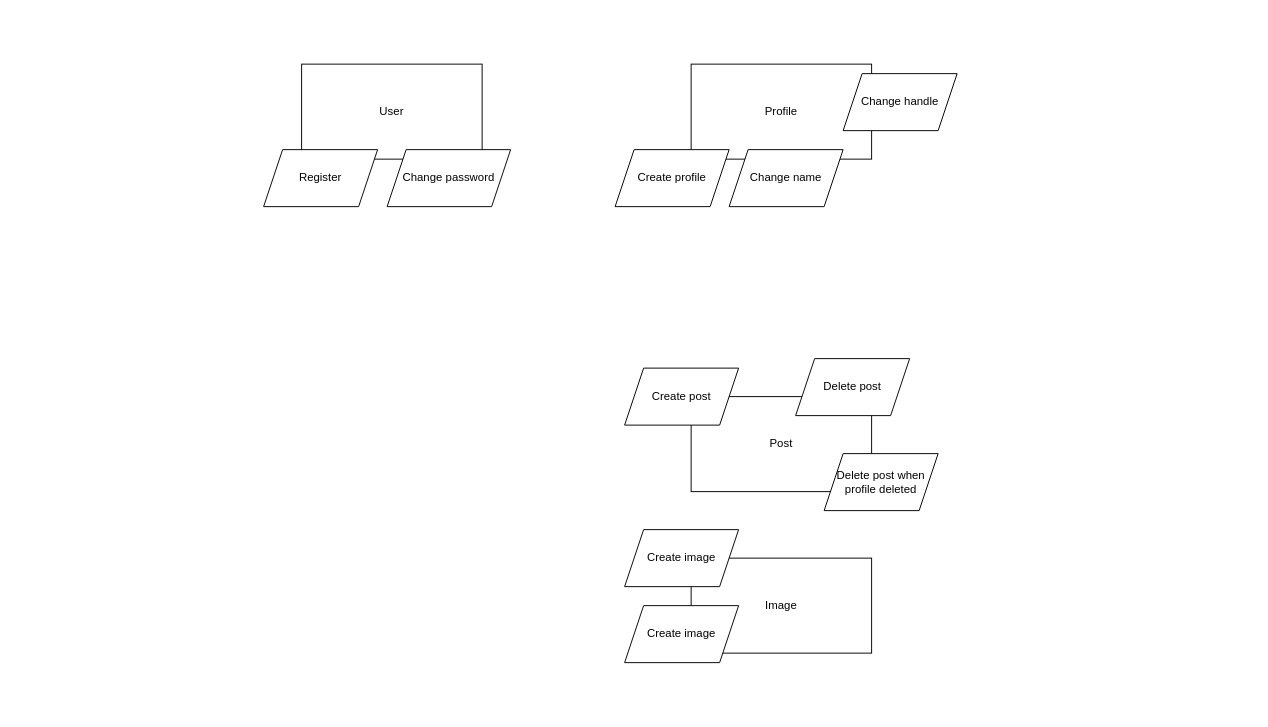
This is docs/Domain Model.drawio from domhall/instaclone, a draw.io file, before an edit. Source tidied: cells renumbered, new cells numbered last; positions are measured from the earlier drawing's top-left corner, leaving out a move shared by most shapes. Both pictures are drawn from the tidied source at 95%, with x=0, y=0 at pixel (263, 64).
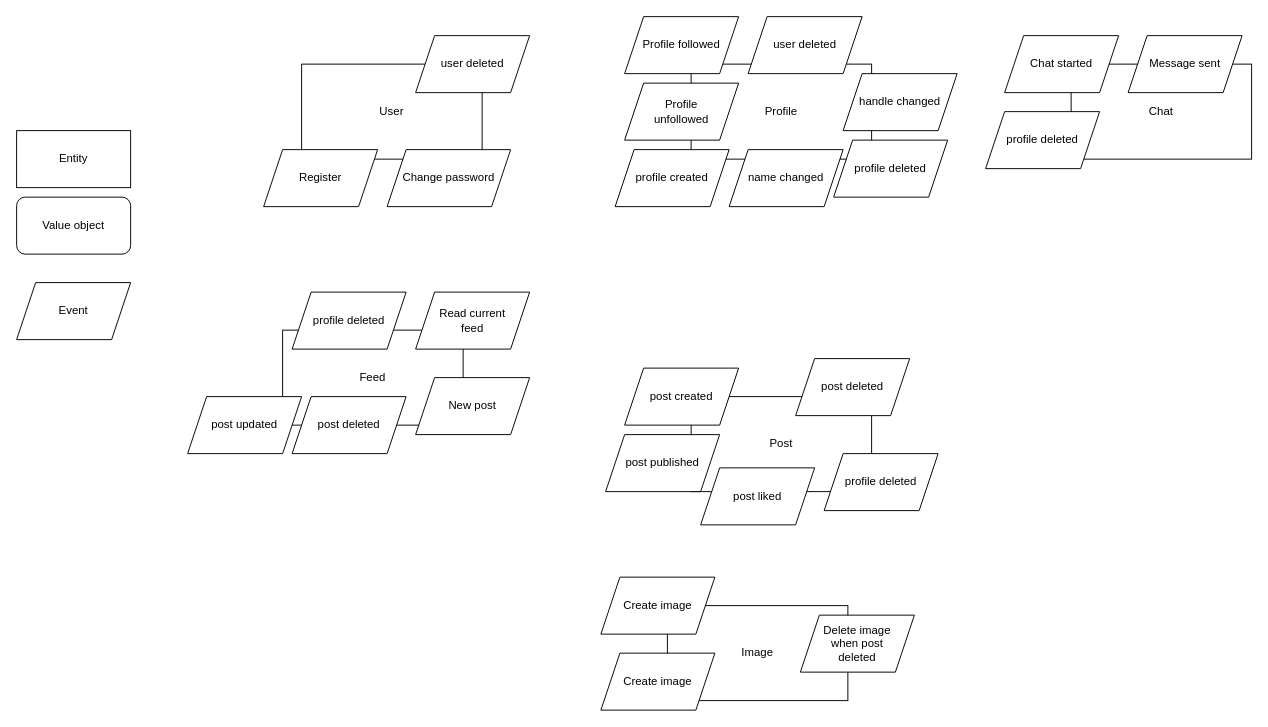
The same diagram, later.

What changed in the source:
```diff
@@
-    <mxCell id="6" value="Create profile" style="shape=parallelogram;perimeter=parallelogramPerimeter;whiteSpace=wrap;html=1;fixedSize=1;" parent="1" vertex="1">
+    <mxCell id="6" value="profile created" style="shape=parallelogram;perimeter=parallelogramPerimeter;whiteSpace=wrap;html=1;fixedSize=1;" parent="1" vertex="1">
       <mxGeometry x="370" y="90" width="120" height="60" as="geometry" />
     </mxCell>
-    <mxCell id="7" value="Change name" style="shape=parallelogram;perimeter=parallelogramPerimeter;whiteSpace=wrap;html=1;fixedSize=1;" parent="1" vertex="1">
+    <mxCell id="7" value="name changed" style="shape=parallelogram;perimeter=parallelogramPerimeter;whiteSpace=wrap;html=1;fixedSize=1;" parent="1" vertex="1">
       <mxGeometry x="490" y="90" width="120" height="60" as="geometry" />
     </mxCell>
-    <mxCell id="8" value="Change handle" style="shape=parallelogram;perimeter=parallelogramPerimeter;whiteSpace=wrap;html=1;fixedSize=1;" parent="1" vertex="1">
+    <mxCell id="8" value="handle changed" style="shape=parallelogram;perimeter=parallelogramPerimeter;whiteSpace=wrap;html=1;fixedSize=1;" parent="1" vertex="1">
       <mxGeometry x="610" y="10" width="120" height="60" as="geometry" />
     </mxCell>
@@
-    <mxCell id="10" value="Create post" style="shape=parallelogram;perimeter=parallelogramPerimeter;whiteSpace=wrap;html=1;fixedSize=1;" parent="1" vertex="1">
+    <mxCell id="10" value="post created" style="shape=parallelogram;perimeter=parallelogramPerimeter;whiteSpace=wrap;html=1;fixedSize=1;" parent="1" vertex="1">
       <mxGeometry x="380" y="320" width="120" height="60" as="geometry" />
     </mxCell>
     <mxCell id="11" value="Image" style="rounded=0;whiteSpace=wrap;html=1;" parent="1" vertex="1">
-      <mxGeometry x="450" y="520" width="190" height="100" as="geometry" />
+      <mxGeometry x="425" y="570" width="190" height="100" as="geometry" />
     </mxCell>
     <mxCell id="12" value="Create image" style="shape=parallelogram;perimeter=parallelogramPerimeter;whiteSpace=wrap;html=1;fixedSize=1;" parent="1" vertex="1">
-      <mxGeometry x="380" y="490" width="120" height="60" as="geometry" />
+      <mxGeometry x="355" y="540" width="120" height="60" as="geometry" />
     </mxCell>
-    <mxCell id="13" value="Delete post" style="shape=parallelogram;perimeter=parallelogramPerimeter;whiteSpace=wrap;html=1;fixedSize=1;" parent="1" vertex="1">
+    <mxCell id="13" value="post deleted" style="shape=parallelogram;perimeter=parallelogramPerimeter;whiteSpace=wrap;html=1;fixedSize=1;" parent="1" vertex="1">
       <mxGeometry x="560" y="310" width="120" height="60" as="geometry" />
     </mxCell>
-    <mxCell id="14" value="Delete post when profile deleted" style="shape=parallelogram;perimeter=parallelogramPerimeter;whiteSpace=wrap;html=1;fixedSize=1;" parent="1" vertex="1">
+    <mxCell id="14" value="profile deleted" style="shape=parallelogram;perimeter=parallelogramPerimeter;whiteSpace=wrap;html=1;fixedSize=1;" parent="1" vertex="1">
       <mxGeometry x="590" y="410" width="120" height="60" as="geometry" />
     </mxCell>
     <mxCell id="15" value="Create image" style="shape=parallelogram;perimeter=parallelogramPerimeter;whiteSpace=wrap;html=1;fixedSize=1;" parent="1" vertex="1">
-      <mxGeometry x="380" y="570" width="120" height="60" as="geometry" />
+      <mxGeometry x="355" y="620" width="120" height="60" as="geometry" />
     </mxCell>
+    <mxCell id="16" value="Delete image&lt;br&gt;when post&lt;br&gt;deleted" style="shape=parallelogram;perimeter=parallelogramPerimeter;whiteSpace=wrap;html=1;fixedSize=1;" parent="1" vertex="1">
+      <mxGeometry x="565" y="580" width="120" height="60" as="geometry" />
+    </mxCell>
+    <mxCell id="17" value="Feed" style="rounded=0;whiteSpace=wrap;html=1;" parent="1" vertex="1">
+      <mxGeometry x="20" y="280" width="190" height="100" as="geometry" />
+    </mxCell>
+    <mxCell id="18" value="Read current&lt;br&gt;feed" style="shape=parallelogram;perimeter=parallelogramPerimeter;whiteSpace=wrap;html=1;fixedSize=1;" parent="1" vertex="1">
+      <mxGeometry x="160" y="240" width="120" height="60" as="geometry" />
+    </mxCell>
+    <mxCell id="19" value="New post" style="shape=parallelogram;perimeter=parallelogramPerimeter;whiteSpace=wrap;html=1;fixedSize=1;" parent="1" vertex="1">
+      <mxGeometry x="160" y="330" width="120" height="60" as="geometry" />
+    </mxCell>
+    <mxCell id="20" value="Profile followed" style="shape=parallelogram;perimeter=parallelogramPerimeter;whiteSpace=wrap;html=1;fixedSize=1;" parent="1" vertex="1">
+      <mxGeometry x="380" y="-50" width="120" height="60" as="geometry" />
+    </mxCell>
+    <mxCell id="21" value="Entity" style="rounded=0;whiteSpace=wrap;html=1;" parent="1" vertex="1">
+      <mxGeometry x="-260" y="70" width="120" height="60" as="geometry" />
+    </mxCell>
+    <mxCell id="22" value="Value object" style="rounded=1;whiteSpace=wrap;html=1;" parent="1" vertex="1">
+      <mxGeometry x="-260" y="140" width="120" height="60" as="geometry" />
+    </mxCell>
+    <mxCell id="23" value="Event" style="shape=parallelogram;perimeter=parallelogramPerimeter;whiteSpace=wrap;html=1;fixedSize=1;" parent="1" vertex="1">
+      <mxGeometry x="-260" y="230" width="120" height="60" as="geometry" />
+    </mxCell>
+    <mxCell id="24" value="Chat" style="rounded=0;whiteSpace=wrap;html=1;" parent="1" vertex="1">
+      <mxGeometry x="850" width="190" height="100" as="geometry" />
+    </mxCell>
+    <mxCell id="25" value="Chat started" style="shape=parallelogram;perimeter=parallelogramPerimeter;whiteSpace=wrap;html=1;fixedSize=1;" parent="1" vertex="1">
+      <mxGeometry x="780" y="-30" width="120" height="60" as="geometry" />
+    </mxCell>
+    <mxCell id="26" value="Message sent" style="shape=parallelogram;perimeter=parallelogramPerimeter;whiteSpace=wrap;html=1;fixedSize=1;" parent="1" vertex="1">
+      <mxGeometry x="910" y="-30" width="120" height="60" as="geometry" />
+    </mxCell>
+    <mxCell id="27" value="Profile&lt;br&gt;unfollowed" style="shape=parallelogram;perimeter=parallelogramPerimeter;whiteSpace=wrap;html=1;fixedSize=1;" parent="1" vertex="1">
+      <mxGeometry x="380" y="20" width="120" height="60" as="geometry" />
+    </mxCell>
+    <mxCell id="28" value="post published" style="shape=parallelogram;perimeter=parallelogramPerimeter;whiteSpace=wrap;html=1;fixedSize=1;" parent="1" vertex="1">
+      <mxGeometry x="360" y="390" width="120" height="60" as="geometry" />
+    </mxCell>
+    <mxCell id="29" value="profile deleted" style="shape=parallelogram;perimeter=parallelogramPerimeter;whiteSpace=wrap;html=1;fixedSize=1;" parent="1" vertex="1">
+      <mxGeometry x="600" y="80" width="120" height="60" as="geometry" />
+    </mxCell>
+    <mxCell id="30" value="user deleted" style="shape=parallelogram;perimeter=parallelogramPerimeter;whiteSpace=wrap;html=1;fixedSize=1;" parent="1" vertex="1">
+      <mxGeometry x="510" y="-50" width="120" height="60" as="geometry" />
+    </mxCell>
+    <mxCell id="31" value="user deleted" style="shape=parallelogram;perimeter=parallelogramPerimeter;whiteSpace=wrap;html=1;fixedSize=1;" parent="1" vertex="1">
+      <mxGeometry x="160" y="-30" width="120" height="60" as="geometry" />
+    </mxCell>
+    <mxCell id="32" value="profile deleted" style="shape=parallelogram;perimeter=parallelogramPerimeter;whiteSpace=wrap;html=1;fixedSize=1;" parent="1" vertex="1">
+      <mxGeometry x="30" y="240" width="120" height="60" as="geometry" />
+    </mxCell>
+    <mxCell id="33" value="profile deleted" style="shape=parallelogram;perimeter=parallelogramPerimeter;whiteSpace=wrap;html=1;fixedSize=1;" parent="1" vertex="1">
+      <mxGeometry x="760" y="50" width="120" height="60" as="geometry" />
+    </mxCell>
+    <mxCell id="34" value="post deleted" style="shape=parallelogram;perimeter=parallelogramPerimeter;whiteSpace=wrap;html=1;fixedSize=1;" parent="1" vertex="1">
+      <mxGeometry x="30" y="350" width="120" height="60" as="geometry" />
+    </mxCell>
+    <mxCell id="35" value="post liked" style="shape=parallelogram;perimeter=parallelogramPerimeter;whiteSpace=wrap;html=1;fixedSize=1;" parent="1" vertex="1">
+      <mxGeometry x="460" y="425" width="120" height="60" as="geometry" />
+    </mxCell>
+    <mxCell id="36" value="post updated" style="shape=parallelogram;perimeter=parallelogramPerimeter;whiteSpace=wrap;html=1;fixedSize=1;" parent="1" vertex="1">
+      <mxGeometry x="-80" y="350" width="120" height="60" as="geometry" />
+    </mxCell>
```
